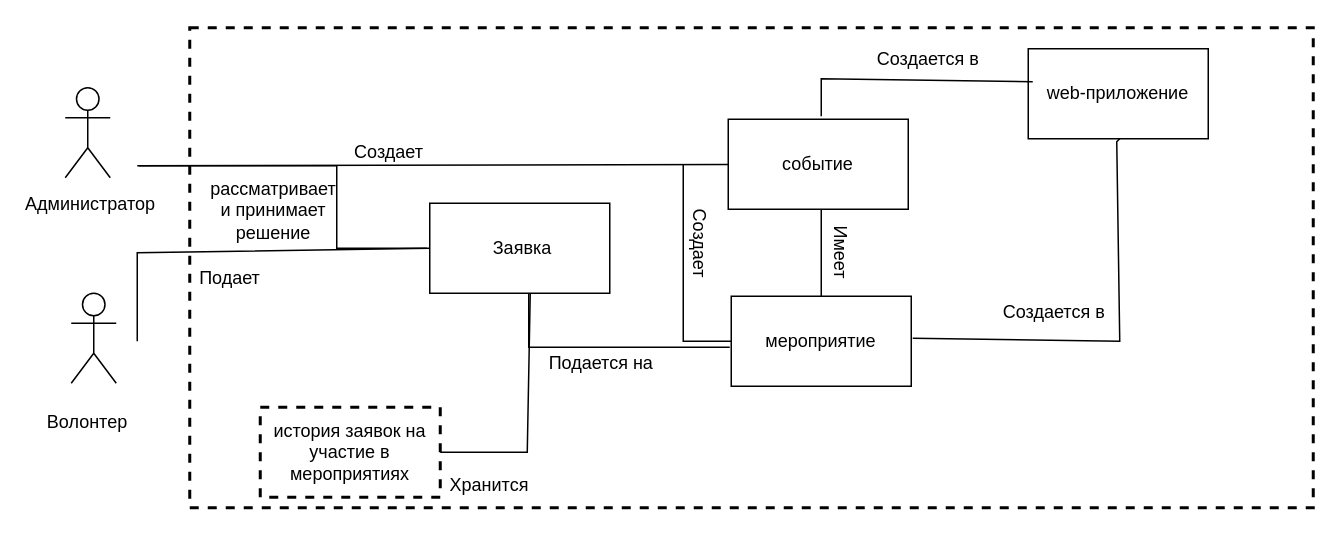
Above: Диаграмма без названия.drawio in Alexander-Bankov/draw (draw.io), before the change. Source tidied: cells renumbered, new cells numbered last; positions are measured from the earlier drawing's top-left corner, leaving out a move shared by most shapes. Both pictures are drawn from the tidied source at 150%, with x=0, y=0 at pixel (42, 27).
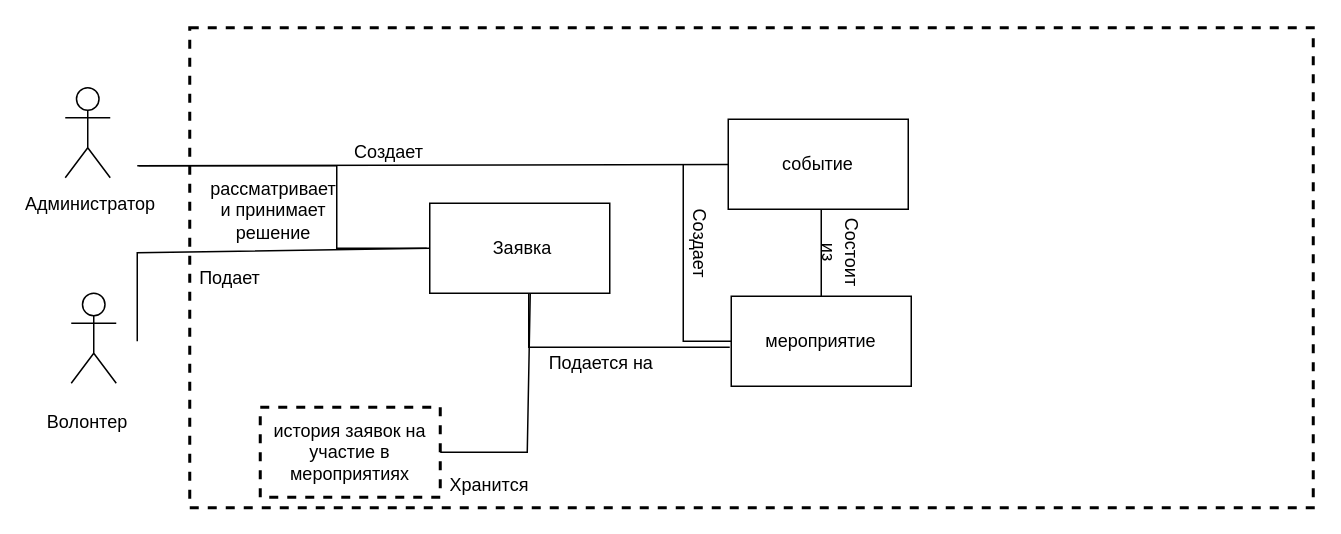
After the change.

Change to the diagram source:
```diff
@@
-    <mxCell id="5" value="web-приложение" style="rounded=0;whiteSpace=wrap;html=1;" parent="1" vertex="1">
-      <mxGeometry x="657" y="14" width="120" height="60" as="geometry" />
-    </mxCell>
@@
-    <mxCell id="10" style="endArrow=none;html=1;rounded=0;entryX=0.025;entryY=0.367;entryDx=0;entryDy=0;entryPerimeter=0;" parent="1" edge="1" target="5">
-      <mxGeometry relative="1" as="geometry">
-        <mxPoint x="519" y="59" as="sourcePoint" />
-        <Array as="points">
-          <mxPoint x="519" y="34" />
-        </Array>
-      </mxGeometry>
-    </mxCell>
-    <mxCell id="11" value="Создается в" style="text;html=1;align=center;verticalAlign=middle;whiteSpace=wrap;rounded=0;" parent="1" vertex="1">
-      <mxGeometry x="553" y="6" width="75" height="30" as="geometry" />
-    </mxCell>
@@
-    <mxCell id="13" value="Имеет" style="text;html=1;align=center;verticalAlign=middle;whiteSpace=wrap;rounded=0;rotation=90;" parent="1" vertex="1">
+    <mxCell id="13" value="Состоит из" style="text;html=1;align=center;verticalAlign=middle;whiteSpace=wrap;rounded=0;rotation=90;" parent="1" vertex="1">
       <mxGeometry x="502" y="135" width="60" height="30" as="geometry" />
     </mxCell>
@@
-    <mxCell id="18" style="endArrow=none;html=1;rounded=0;" parent="1" edge="1">
-      <mxGeometry relative="1" as="geometry">
-        <mxPoint x="580" y="207" as="sourcePoint" />
-        <mxPoint x="718" y="74" as="targetPoint" />
-        <Array as="points">
-          <mxPoint x="718" y="209" />
-          <mxPoint x="716" y="76" />
-        </Array>
-      </mxGeometry>
-    </mxCell>
-    <mxCell id="19" value="Создается в" style="text;html=1;align=center;verticalAlign=middle;whiteSpace=wrap;rounded=0;" parent="1" vertex="1">
-      <mxGeometry x="637" y="175" width="75" height="30" as="geometry" />
-    </mxCell>
```
